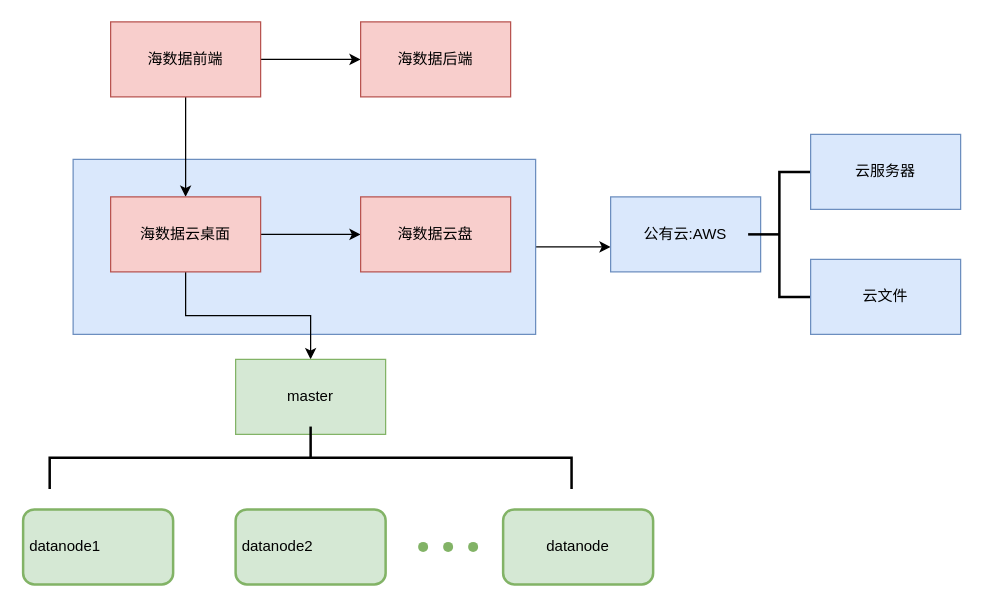
Earlier version of the draw.io diagram hs_bulid.drawio (idjke-bt/draw.io). Source tidied: cells renumbered, new cells numbered last; positions are measured from the earlier drawing's top-left corner, leaving out a move shared by most shapes. Both pictures are drawn from the tidied source at 125%, with x=0, y=0 at pixel (22, 21).
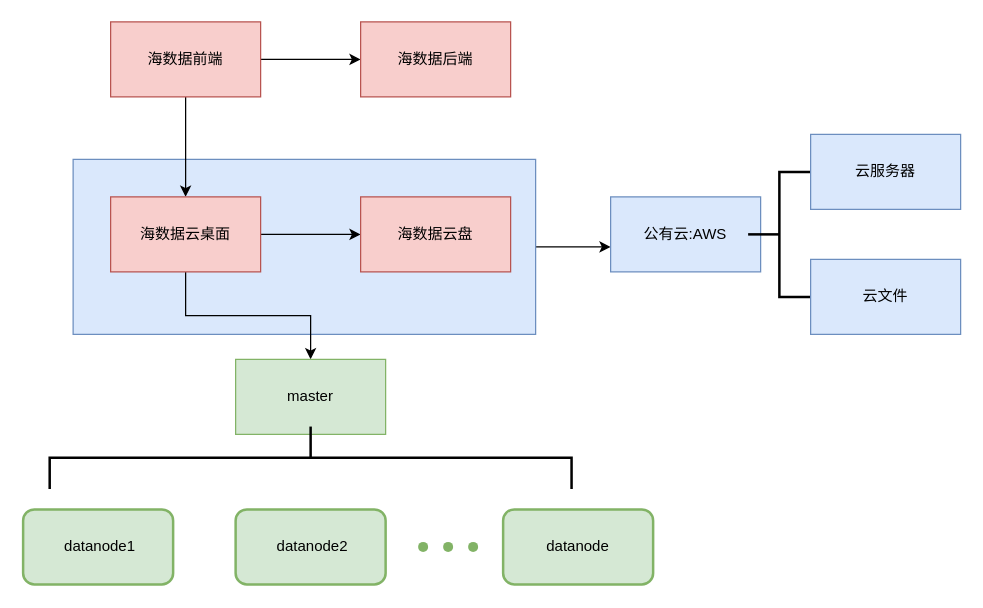
Above is the later version.

Change to the diagram source:
```diff
@@
-    <mxCell id="17" value="&lt;span style=&quot;white-space: pre;&quot;&gt; &lt;/span&gt;datanode1" style="rounded=1;whiteSpace=wrap;html=1;align=left;strokeWidth=2;fillColor=#d5e8d4;strokeColor=#82b366;" parent="1" vertex="1">
+    <mxCell id="17" value="&lt;span style=&quot;white-space: pre;&quot;&gt; &lt;/span&gt;datanode1" style="rounded=1;whiteSpace=wrap;html=1;align=center;strokeWidth=2;fillColor=#d5e8d4;strokeColor=#82b366;" parent="1" vertex="1">
       <mxGeometry y="390" width="120" height="60" as="geometry" />
     </mxCell>
@@
-    <mxCell id="19" value="&lt;span style=&quot;white-space: pre;&quot;&gt; &lt;/span&gt;datanode2" style="rounded=1;whiteSpace=wrap;html=1;align=left;strokeWidth=2;fillColor=#d5e8d4;strokeColor=#82b366;" parent="1" vertex="1">
+    <mxCell id="19" value="&lt;span style=&quot;white-space: pre;&quot;&gt; &lt;/span&gt;datanode2" style="rounded=1;whiteSpace=wrap;html=1;align=center;strokeWidth=2;fillColor=#d5e8d4;strokeColor=#82b366;" parent="1" vertex="1">
       <mxGeometry x="170" y="390" width="120" height="60" as="geometry" />
     </mxCell>
```
